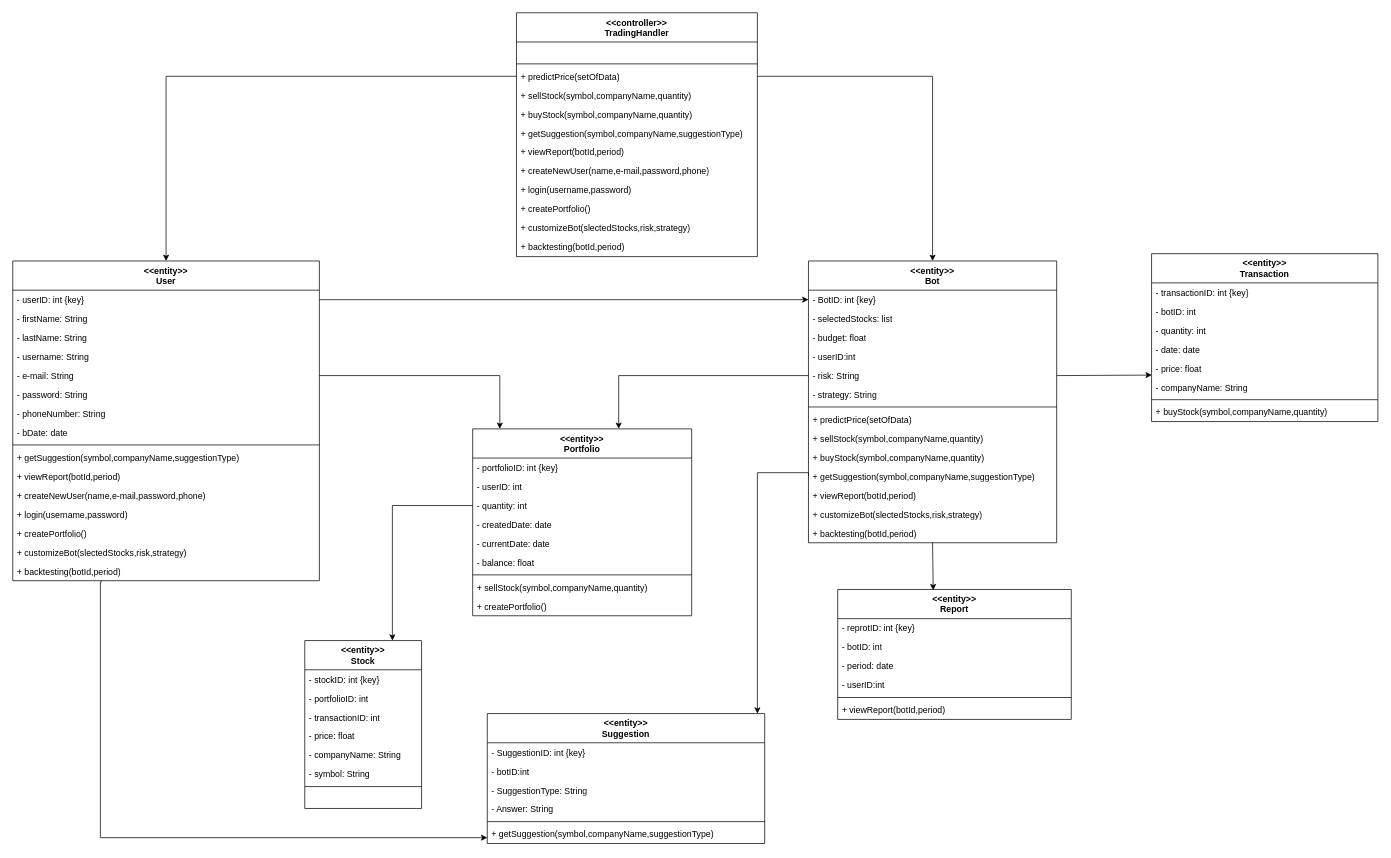
Above: Diagrams/FINAL_CUT_CLASS DIAGRAM.drawio in Abdulmohsen23/IS498 (draw.io), before the change. Source tidied: cells renumbered, new cells numbered last; positions are measured from the earlier drawing's top-left corner, leaving out a move shared by most shapes. Both pictures are drawn from the tidied source at 73%, with x=0, y=0 at pixel (12, 12).
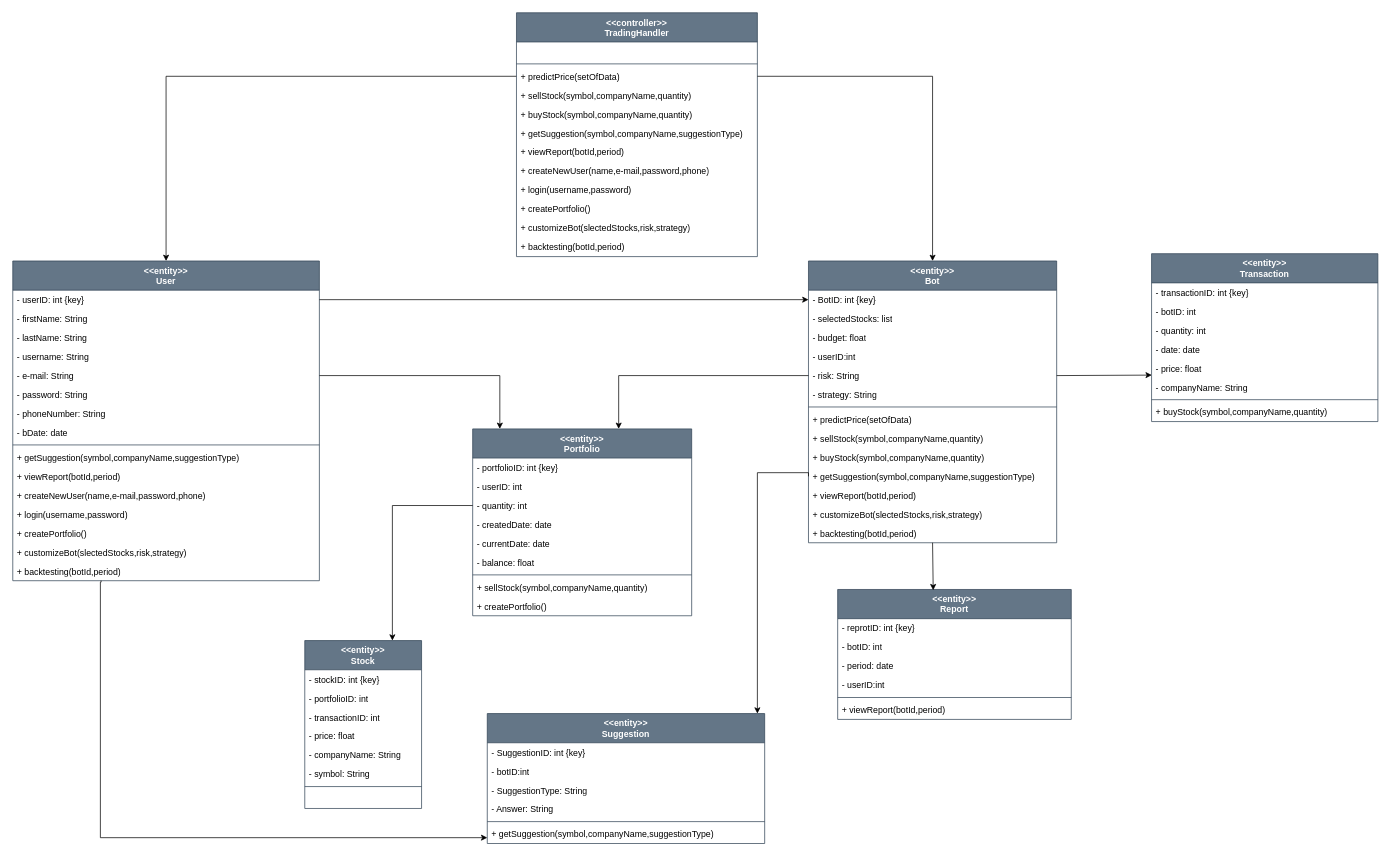
Above is the later version.

Change to the diagram source:
```diff
@@
-    <mxCell id="2" value="&lt;div&gt;&amp;lt;&amp;lt;entity&amp;gt;&amp;gt;&lt;/div&gt;&lt;div&gt;User&lt;br&gt;&lt;/div&gt;" style="swimlane;fontStyle=1;align=center;verticalAlign=top;horizontal=1;startSize=40;whiteSpace=wrap;html=1;" parent="1" vertex="1">
+    <mxCell id="2" value="&lt;div&gt;&amp;lt;&amp;lt;entity&amp;gt;&amp;gt;&lt;/div&gt;&lt;div&gt;User&lt;br&gt;&lt;/div&gt;" style="swimlane;fontStyle=1;align=center;verticalAlign=top;horizontal=1;startSize=40;whiteSpace=wrap;html=1;fillColor=#647687;fontColor=#ffffff;strokeColor=#314354;" parent="1" vertex="1">
       <mxGeometry y="340" width="420" height="438" as="geometry" />
     </mxCell>
@@
-    <mxCell id="19" value="&lt;div&gt;&amp;lt;&amp;lt;entity&amp;gt;&amp;gt;&lt;/div&gt;&lt;div&gt;Portfolio&lt;br&gt;&lt;/div&gt;" style="swimlane;fontStyle=1;align=center;verticalAlign=top;horizontal=1;startSize=40;whiteSpace=wrap;html=1;" parent="1" vertex="1">
+    <mxCell id="19" value="&lt;div&gt;&amp;lt;&amp;lt;entity&amp;gt;&amp;gt;&lt;/div&gt;&lt;div&gt;Portfolio&lt;br&gt;&lt;/div&gt;" style="swimlane;fontStyle=1;align=center;verticalAlign=top;horizontal=1;startSize=40;whiteSpace=wrap;html=1;fillColor=#647687;strokeColor=#314354;fontColor=#ffffff;" parent="1" vertex="1">
       <mxGeometry x="630" y="570" width="300" height="256" as="geometry" />
     </mxCell>
@@
-    <mxCell id="30" value="&lt;div&gt;&amp;lt;&amp;lt;controller&amp;gt;&amp;gt;&lt;/div&gt;&lt;div&gt;TradingHandler&lt;br&gt;&lt;/div&gt;" style="swimlane;fontStyle=1;align=center;verticalAlign=top;horizontal=1;startSize=40;whiteSpace=wrap;html=1;" parent="1" vertex="1">
+    <mxCell id="30" value="&lt;div&gt;&amp;lt;&amp;lt;controller&amp;gt;&amp;gt;&lt;/div&gt;&lt;div&gt;TradingHandler&lt;br&gt;&lt;/div&gt;" style="swimlane;fontStyle=1;align=center;verticalAlign=top;horizontal=1;startSize=40;whiteSpace=wrap;html=1;fillColor=#647687;fontColor=#ffffff;strokeColor=#314354;" parent="1" vertex="1">
       <mxGeometry x="690" width="330" height="334" as="geometry" />
     </mxCell>
@@
-    <mxCell id="43" value="&lt;div&gt;&amp;lt;&amp;lt;entity&amp;gt;&amp;gt;&lt;/div&gt;&lt;div&gt;Stock&lt;br&gt;&lt;/div&gt;" style="swimlane;fontStyle=1;align=center;verticalAlign=top;horizontal=1;startSize=40;whiteSpace=wrap;html=1;" parent="1" vertex="1">
+    <mxCell id="43" value="&lt;div&gt;&amp;lt;&amp;lt;entity&amp;gt;&amp;gt;&lt;/div&gt;&lt;div&gt;Stock&lt;br&gt;&lt;/div&gt;" style="swimlane;fontStyle=1;align=center;verticalAlign=top;horizontal=1;startSize=40;whiteSpace=wrap;html=1;fillColor=#647687;fontColor=#ffffff;strokeColor=#314354;" parent="1" vertex="1">
       <mxGeometry x="400" y="860" width="160" height="230" as="geometry" />
     </mxCell>
@@
-    <mxCell id="52" value="&lt;div&gt;&amp;lt;&amp;lt;entity&amp;gt;&amp;gt;&lt;/div&gt;&lt;div&gt;Transaction&lt;br&gt;&lt;/div&gt;" style="swimlane;fontStyle=1;align=center;verticalAlign=top;horizontal=1;startSize=40;whiteSpace=wrap;html=1;" parent="1" vertex="1">
+    <mxCell id="52" value="&lt;div&gt;&amp;lt;&amp;lt;entity&amp;gt;&amp;gt;&lt;/div&gt;&lt;div&gt;Transaction&lt;br&gt;&lt;/div&gt;" style="swimlane;fontStyle=1;align=center;verticalAlign=top;horizontal=1;startSize=40;whiteSpace=wrap;html=1;fillColor=#647687;fontColor=#ffffff;strokeColor=#314354;" parent="1" vertex="1">
       <mxGeometry x="1560" y="330" width="310" height="230" as="geometry" />
     </mxCell>
@@
-    <mxCell id="61" value="&lt;div&gt;&amp;lt;&amp;lt;entity&amp;gt;&amp;gt;&lt;/div&gt;&lt;div&gt;Suggestion&lt;br&gt;&lt;/div&gt;" style="swimlane;fontStyle=1;align=center;verticalAlign=top;horizontal=1;startSize=40;whiteSpace=wrap;html=1;" parent="1" vertex="1">
+    <mxCell id="61" value="&lt;div&gt;&amp;lt;&amp;lt;entity&amp;gt;&amp;gt;&lt;/div&gt;&lt;div&gt;Suggestion&lt;br&gt;&lt;/div&gt;" style="swimlane;fontStyle=1;align=center;verticalAlign=top;horizontal=1;startSize=40;whiteSpace=wrap;html=1;fillColor=#647687;fontColor=#ffffff;strokeColor=#314354;" parent="1" vertex="1">
       <mxGeometry x="650" y="960" width="380" height="178" as="geometry" />
     </mxCell>
@@
-    <mxCell id="69" value="&lt;div&gt;&amp;lt;&amp;lt;entity&amp;gt;&amp;gt;&lt;/div&gt;&lt;div&gt;Bot&lt;br&gt;&lt;/div&gt;" style="swimlane;fontStyle=1;align=center;verticalAlign=top;horizontal=1;startSize=40;whiteSpace=wrap;html=1;" parent="1" vertex="1">
+    <mxCell id="69" value="&lt;div&gt;&amp;lt;&amp;lt;entity&amp;gt;&amp;gt;&lt;/div&gt;&lt;div&gt;Bot&lt;br&gt;&lt;/div&gt;" style="swimlane;fontStyle=1;align=center;verticalAlign=top;horizontal=1;startSize=40;whiteSpace=wrap;html=1;fillColor=#647687;fontColor=#ffffff;strokeColor=#314354;" parent="1" vertex="1">
       <mxGeometry x="1090" y="340" width="340" height="386" as="geometry" />
     </mxCell>
@@
-    <mxCell id="87" value="&lt;div&gt;&amp;lt;&amp;lt;entity&amp;gt;&amp;gt;&lt;/div&gt;&lt;div&gt;Report&lt;br&gt;&lt;/div&gt;" style="swimlane;fontStyle=1;align=center;verticalAlign=top;horizontal=1;startSize=40;whiteSpace=wrap;html=1;" parent="1" vertex="1">
+    <mxCell id="87" value="&lt;div&gt;&amp;lt;&amp;lt;entity&amp;gt;&amp;gt;&lt;/div&gt;&lt;div&gt;Report&lt;br&gt;&lt;/div&gt;" style="swimlane;fontStyle=1;align=center;verticalAlign=top;horizontal=1;startSize=40;whiteSpace=wrap;html=1;fillColor=#647687;fontColor=#ffffff;strokeColor=#314354;" parent="1" vertex="1">
       <mxGeometry x="1130" y="790" width="320" height="178" as="geometry" />
     </mxCell>
```
